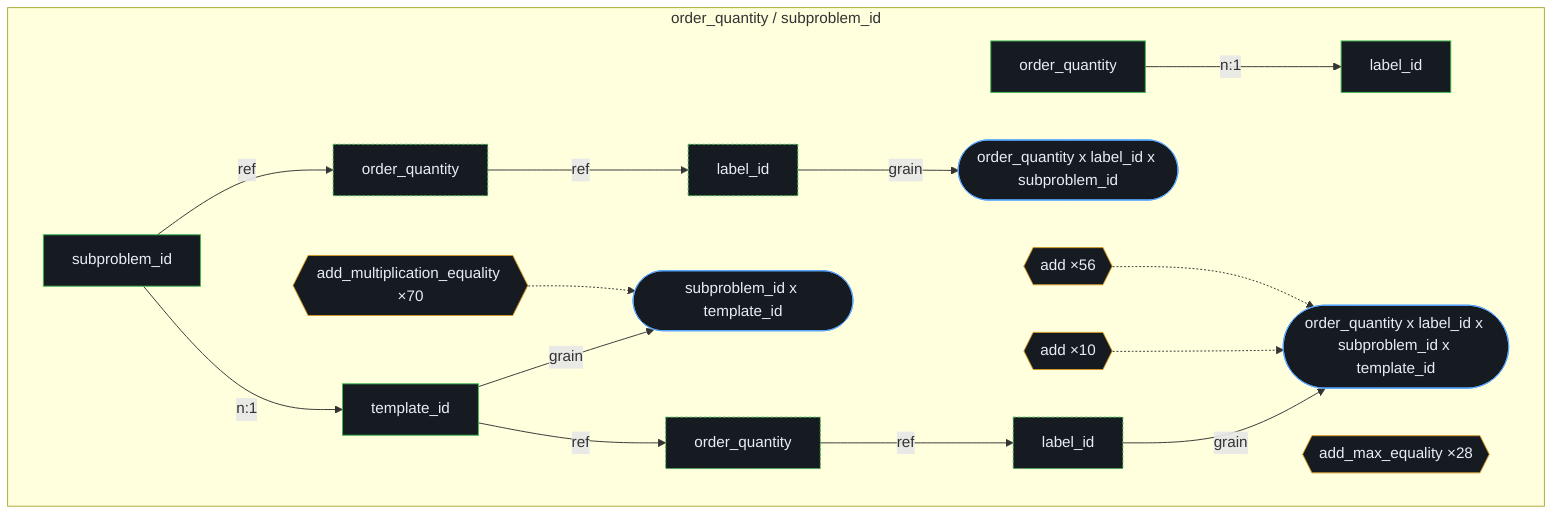
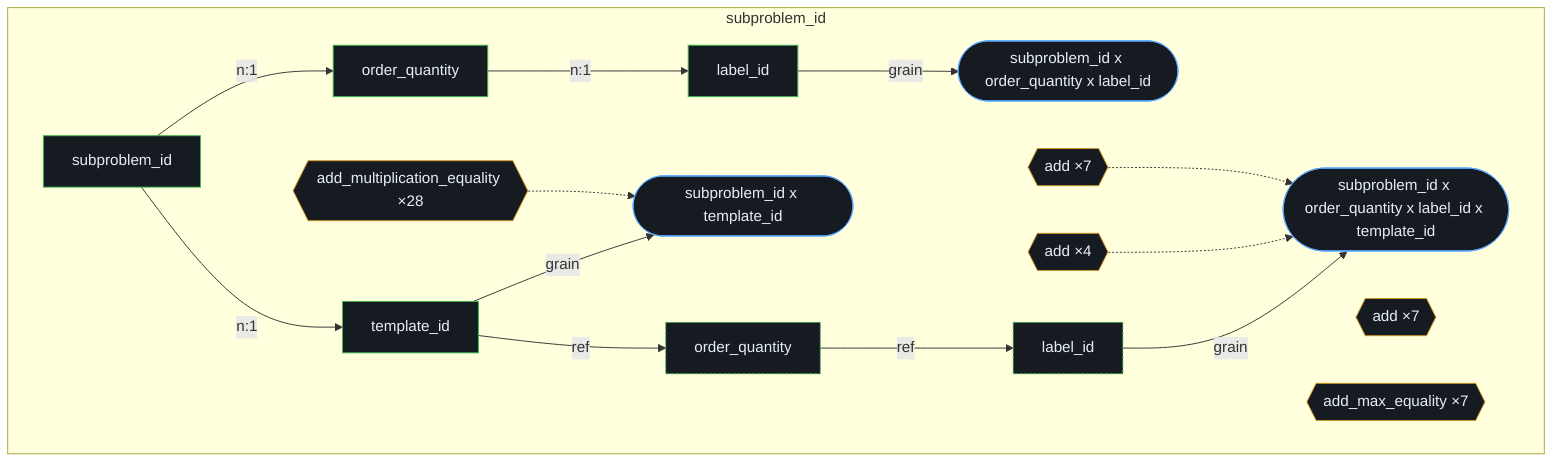
flowchart TD
-   subgraph col0 ["order_quantity / subproblem_id"]
+   subgraph col0 ["subproblem_id"]
+     subproblem_id["subproblem_id"]
    order_quantity["order_quantity"]
    label_id["label_id"]
-     subproblem_id["subproblem_id"]
-     order_quantity__grain_1["order_quantity"]
-     label_id__grain_1["label_id"]
-     grain_1(["order_quantity x label_id x subproblem_id"])
+     grain_1(["subproblem_id x order_quantity x label_id"])
    template_id["template_id"]
    grain_0(["subproblem_id x template_id"])
    order_quantity__grain_2["order_quantity"]
    label_id__grain_2["label_id"]
-     grain_2(["order_quantity x label_id x subproblem_id x template_id"])
-     cf0{{"add ×10"}}
-     cf1{{"add ×56"}}
-     cf2{{"add_max_equality ×28"}}
-     cf3{{"add_multiplication_equality ×70"}}
+     grain_2(["subproblem_id x order_quantity x label_id x template_id"])
+     cf0{{"add ×4"}}
+     cf1{{"add ×7"}}
+     cf2{{"add ×7"}}
+     cf3{{"add_max_equality ×7"}}
+     cf4{{"add_multiplication_equality ×28"}}
  end
+   subproblem_id -->|n:1| order_quantity
  order_quantity -->|n:1| label_id
-   subproblem_id -->|ref| order_quantity__grain_1
-   order_quantity__grain_1 -->|ref| label_id__grain_1
-   label_id__grain_1 -->|grain| grain_1
+   label_id -->|grain| grain_1
  subproblem_id -->|n:1| template_id
  template_id -->|grain| grain_0
  template_id -->|ref| order_quantity__grain_2
  order_quantity__grain_2 -->|ref| label_id__grain_2
  label_id__grain_2 -->|grain| grain_2
  cf0 -.-> grain_2
-   cf1 -.-> grain_2
-   cf3 -.-> grain_0
+   cf2 -.-> grain_2
+   cf4 -.-> grain_0
  classDef entity fill:#161b22,stroke:#3fb950,color:#e6edf3;
  classDef entity_ref fill:#161b22,stroke:#3fb950,color:#e6edf3,stroke-dasharray: 3 2;
  classDef grain fill:#161b22,stroke:#58a6ff,color:#e6edf3;
  classDef constraint fill:#161b22,stroke:#d29922,color:#e6edf3;
-   class order_quantity,label_id,subproblem_id,template_id entity;
-   class order_quantity__grain_1,label_id__grain_1,order_quantity__grain_2,label_id__grain_2 entity_ref;
+   class subproblem_id,order_quantity,label_id,template_id entity;
+   class order_quantity__grain_2,label_id__grain_2 entity_ref;
  class grain_1,grain_0,grain_2 grain;
-   class cf0,cf1,cf2,cf3 constraint;+   class cf0,cf1,cf2,cf3,cf4 constraint;